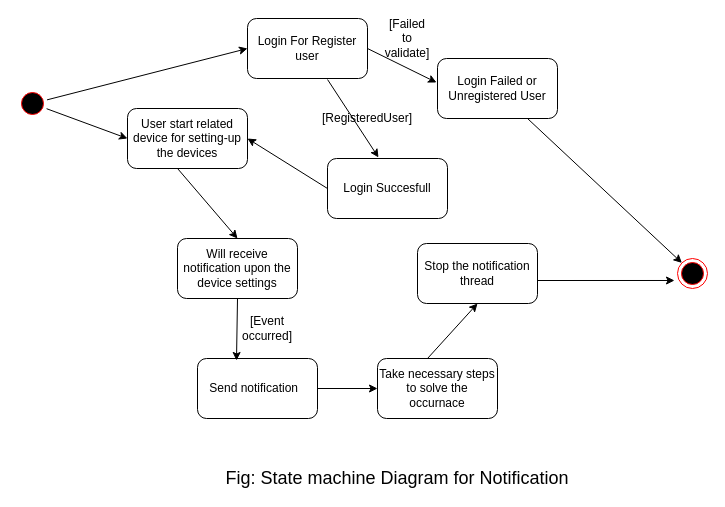
sakibshuvo/SOEN-6481-SRS keeps this draw.io diagram as page "Page-1" (1 of 2) of Deliverable-3/Manik/State Machine Diagram-Notification.drawio. Above is the earlier version. Source tidied: cells renumbered, new cells numbered last; positions are measured from the earlier drawing's top-left corner, leaving out a move shared by most shapes. Both pictures are drawn from the tidied source at 100%, with x=0, y=0 at pixel (17, 18).
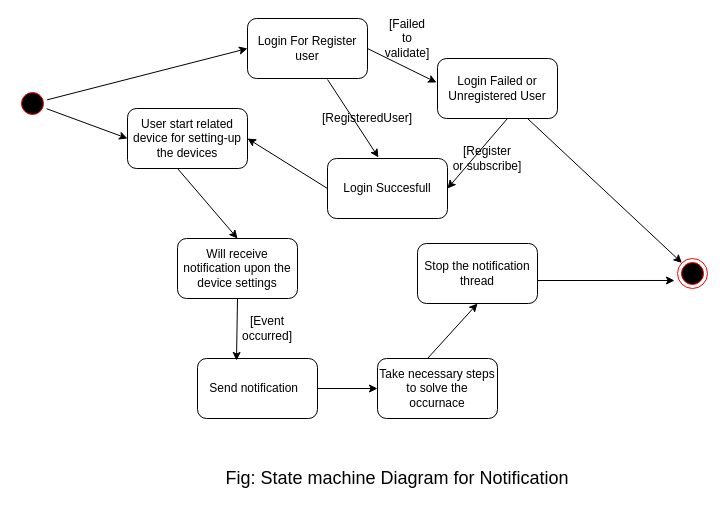
Above is the later version.

Commit message (it also covers changes not shown here):
Change ste state machine diagram a bit

Unchanged cells that the change refers to:
```xml
<mxCell id="8" value="Login Failed or Unregistered User" style="rounded=1;whiteSpace=wrap;html=1;" parent="1" vertex="1">
  <mxGeometry x="420" y="40" width="120" height="60" as="geometry" />
</mxCell>
<mxCell id="11" value="Login Succesfull" style="rounded=1;whiteSpace=wrap;html=1;" parent="1" vertex="1">
  <mxGeometry x="310" y="140" width="120" height="60" as="geometry" />
</mxCell>
```

Change to the diagram source:
```diff
@@
+    <mxCell id="27" style="endArrow=classic;html=1;entryX=1;entryY=0.5;entryDx=0;entryDy=0;exitX=0.583;exitY=1;exitDx=0;exitDy=0;exitPerimeter=0;" parent="1" edge="1" source="8" target="11">
+      <mxGeometry relative="1" as="geometry" />
+    </mxCell>
+    <mxCell id="28" value="[Register or&amp;nbsp;subscribe]" style="text;html=1;strokeColor=none;fillColor=none;align=center;verticalAlign=middle;whiteSpace=wrap;rounded=0;" parent="1" vertex="1">
+      <mxGeometry x="450" y="130" width="40" height="20" as="geometry" />
+    </mxCell>
```
